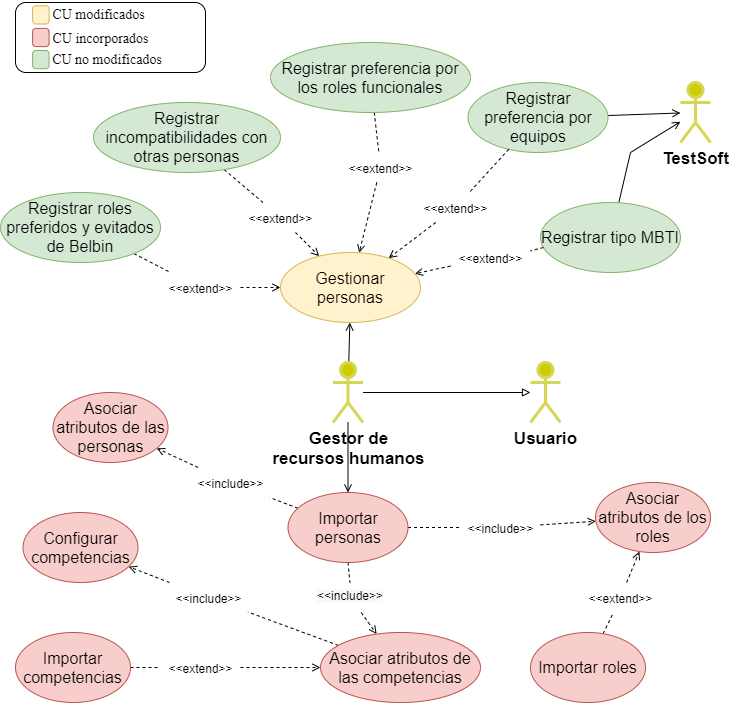
Above: figuras/diagrama_CUTeamSoftImportar.png in jpinas1998/doc-tesis (draw.io), before the change. Source tidied: cells renumbered, new cells last; positions are measured from the earlier drawing's top-left corner, leaving out a move shared by most shapes.
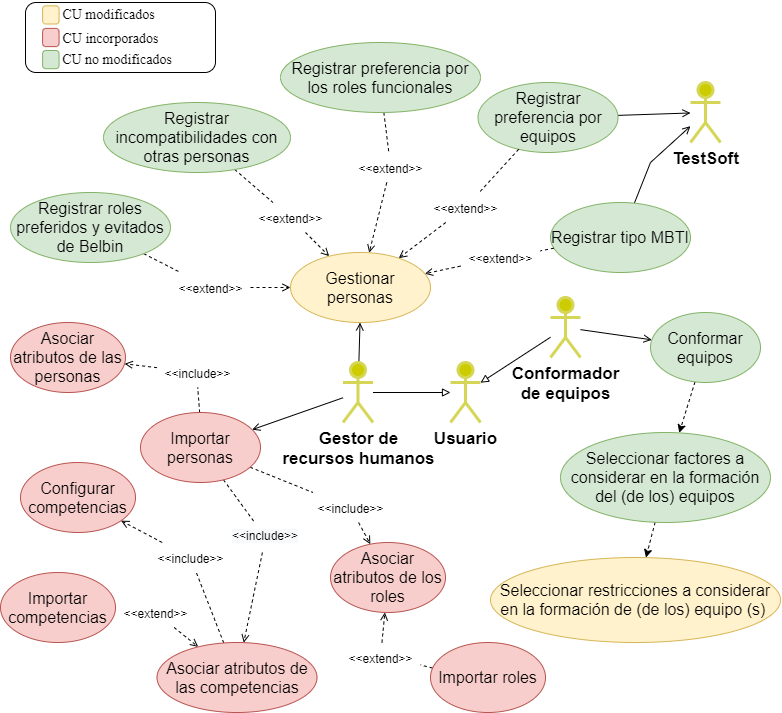
After the change.

The edit, as a diff of the source:
```diff
@@ -3,7 +3,7 @@
     <mxCell id="0" />
     <mxCell id="1" parent="0" />
     <mxCell id="2" value="&lt;font size=&quot;1&quot;&gt;&lt;b style=&quot;font-size: 17px&quot;&gt;Usuario&lt;/b&gt;&lt;/font&gt;" style="shape=umlActor;html=1;verticalLabelPosition=bottom;verticalAlign=top;align=center;strokeColor=#D6D656;strokeWidth=3;fillColor=#CCCC00;" parent="1" vertex="1">
-      <mxGeometry x="530" y="362" width="30" height="60" as="geometry" />
+      <mxGeometry x="440" y="362" width="30" height="60" as="geometry" />
     </mxCell>
     <mxCell id="3" value="&lt;font style=&quot;font-size: 17px;&quot;&gt;&lt;b style=&quot;font-size: 17px;&quot;&gt;TestSoft&lt;/b&gt;&lt;/font&gt;" style="shape=umlActor;html=1;verticalLabelPosition=bottom;verticalAlign=top;align=center;strokeColor=#D6D656;strokeWidth=3;fillColor=#CCCC00;fontSize=17;" parent="1" vertex="1">
       <mxGeometry x="680" y="82" width="30" height="60" as="geometry" />
@@ -56,7 +56,7 @@
     <mxCell id="19" style="edgeStyle=none;rounded=0;jettySize=auto;html=1;endArrow=open;endFill=0;fontSize=17;" parent="1" edge="1" source="20" target="3">
       <mxGeometry relative="1" as="geometry">
         <Array as="points">
-          <mxPoint x="630" y="152" />
+          <mxPoint x="640" y="162" />
         </Array>
       </mxGeometry>
     </mxCell>
@@ -97,7 +97,7 @@
       <mxGeometry relative="1" as="geometry" />
     </mxCell>
     <mxCell id="32" value="&lt;span style=&quot;font-size: 16px&quot;&gt;Importar personas&lt;/span&gt;" style="ellipse;whiteSpace=wrap;html=1;fontSize=11;fillColor=#f8cecc;strokeColor=#b85450;" parent="1" vertex="1">
-      <mxGeometry x="287.5" y="492" width="120" height="70" as="geometry" />
+      <mxGeometry x="130" y="412" width="120" height="70" as="geometry" />
     </mxCell>
     <mxCell id="33" value="&lt;font style=&quot;font-size: 12px&quot;&gt;&amp;lt;&amp;lt;extend&amp;gt;&amp;gt;&lt;/font&gt;" style="text;html=1;align=center;verticalAlign=middle;points=[];fontSize=17;rotation=0;" parent="1" vertex="1">
       <mxGeometry x="160" y="272" width="80" height="30" as="geometry" />
@@ -109,7 +109,7 @@
       <mxGeometry x="340" y="152" width="80" height="30" as="geometry" />
     </mxCell>
     <mxCell id="36" value="&lt;span style=&quot;font-size: 16px&quot;&gt;Asociar atributos de las personas&lt;/span&gt;" style="ellipse;whiteSpace=wrap;html=1;fontSize=11;fillColor=#f8cecc;strokeColor=#b85450;" parent="1" vertex="1">
-      <mxGeometry x="52.5" y="392" width="115" height="70" as="geometry" />
+      <mxGeometry y="322" width="115" height="70" as="geometry" />
     </mxCell>
     <mxCell id="37" style="edgeStyle=none;rounded=0;jettySize=auto;html=1;dashed=1;endArrow=open;endFill=0;" parent="1" edge="1" source="49" target="43">
       <mxGeometry relative="1" as="geometry" />
@@ -118,7 +118,7 @@
       <mxGeometry relative="1" as="geometry" />
     </mxCell>
     <mxCell id="39" value="&lt;span style=&quot;font-size: 16px&quot;&gt;Importar roles&lt;/span&gt;" style="ellipse;whiteSpace=wrap;html=1;fontSize=11;fillColor=#f8cecc;strokeColor=#b85450;" parent="1" vertex="1">
-      <mxGeometry x="530" y="632" width="115" height="70" as="geometry" />
+      <mxGeometry x="420" y="642" width="115" height="70" as="geometry" />
     </mxCell>
     <mxCell id="40" style="edgeStyle=none;rounded=0;jettySize=auto;html=1;dashed=1;endArrow=open;endFill=0;" parent="1" edge="1" source="64" target="44">
       <mxGeometry relative="1" as="geometry" />
@@ -127,28 +127,28 @@
       <mxGeometry relative="1" as="geometry" />
     </mxCell>
     <mxCell id="42" value="&lt;span style=&quot;font-size: 16px&quot;&gt;Importar competencias&lt;/span&gt;" style="ellipse;whiteSpace=wrap;html=1;fontSize=11;fillColor=#f8cecc;strokeColor=#b85450;" parent="1" vertex="1">
-      <mxGeometry x="15" y="632" width="115" height="70" as="geometry" />
+      <mxGeometry x="-10" y="572" width="115" height="70" as="geometry" />
     </mxCell>
     <mxCell id="43" value="&lt;span style=&quot;font-size: 16px&quot;&gt;Asociar atributos de los roles&lt;/span&gt;" style="ellipse;whiteSpace=wrap;html=1;fontSize=11;fillColor=#f8cecc;strokeColor=#b85450;" parent="1" vertex="1">
-      <mxGeometry x="595" y="482" width="115" height="70" as="geometry" />
+      <mxGeometry x="320" y="542" width="115" height="70" as="geometry" />
     </mxCell>
     <mxCell id="44" value="&lt;span style=&quot;font-size: 16px&quot;&gt;Asociar atributos de las competencias&lt;/span&gt;" style="ellipse;whiteSpace=wrap;html=1;fontSize=11;fillColor=#f8cecc;strokeColor=#b85450;" parent="1" vertex="1">
-      <mxGeometry x="320" y="632" width="160" height="70" as="geometry" />
+      <mxGeometry x="146.5" y="642" width="160" height="70" as="geometry" />
     </mxCell>
     <mxCell id="45" value="&lt;span style=&quot;font-size: 16px&quot;&gt;Configurar competencias&lt;/span&gt;" style="ellipse;whiteSpace=wrap;html=1;fontSize=11;fillColor=#f8cecc;strokeColor=#b85450;" parent="1" vertex="1">
-      <mxGeometry x="22.5" y="512" width="115" height="70" as="geometry" />
+      <mxGeometry x="10" y="462" width="115" height="70" as="geometry" />
     </mxCell>
     <mxCell id="46" value="&lt;font style=&quot;font-size: 12px&quot;&gt;&amp;lt;&amp;lt;include&amp;gt;&amp;gt;&lt;/font&gt;" style="text;html=1;align=center;verticalAlign=middle;points=[];fontSize=17;rotation=0;" parent="1" vertex="1">
-      <mxGeometry x="190" y="467" width="80" height="30" as="geometry" />
+      <mxGeometry x="146.5" y="357" width="80" height="30" as="geometry" />
     </mxCell>
     <mxCell id="47" value="&lt;font style=&quot;font-size: 12px&quot;&gt;&amp;lt;&amp;lt;include&amp;gt;&amp;gt;&lt;/font&gt;" style="text;html=1;align=center;verticalAlign=middle;points=[];fontSize=17;rotation=0;" parent="1" vertex="1">
-      <mxGeometry x="167.5" y="582" width="80" height="30" as="geometry" />
+      <mxGeometry x="140" y="542" width="80" height="30" as="geometry" />
     </mxCell>
     <mxCell id="48" value="&lt;font style=&quot;font-size: 12px&quot;&gt;&amp;lt;&amp;lt;include&amp;gt;&amp;gt;&lt;/font&gt;" style="text;html=1;align=center;verticalAlign=middle;points=[];fontSize=17;rotation=0;" parent="1" vertex="1">
-      <mxGeometry x="460" y="512" width="80" height="30" as="geometry" />
+      <mxGeometry x="300" y="492" width="80" height="30" as="geometry" />
     </mxCell>
     <mxCell id="49" value="&lt;font style=&quot;font-size: 12px&quot;&gt;&amp;lt;&amp;lt;extend&amp;gt;&amp;gt;&lt;/font&gt;" style="text;html=1;align=center;verticalAlign=middle;points=[];fontSize=17;rotation=0;" parent="1" vertex="1">
-      <mxGeometry x="580" y="582" width="80" height="30" as="geometry" />
+      <mxGeometry x="330" y="642" width="80" height="30" as="geometry" />
     </mxCell>
     <mxCell id="50" value="&lt;font style=&quot;font-size: 12px&quot;&gt;&amp;lt;&amp;lt;extend&amp;gt;&amp;gt;&lt;/font&gt;" style="text;html=1;align=center;verticalAlign=middle;points=[];fontSize=17;rotation=0;" parent="1" vertex="1">
       <mxGeometry x="450" y="242" width="80" height="30" as="geometry" />
@@ -193,7 +193,7 @@
       <mxGeometry x="31" y="22.4" width="109.1" height="28" as="geometry" />
     </mxCell>
     <mxCell id="64" value="&lt;font style=&quot;font-size: 12px&quot;&gt;&amp;lt;&amp;lt;extend&amp;gt;&amp;gt;&lt;/font&gt;" style="text;html=1;align=center;verticalAlign=middle;points=[];fontSize=17;rotation=0;" parent="1" vertex="1">
-      <mxGeometry x="160" y="652" width="80" height="30" as="geometry" />
+      <mxGeometry x="105" y="597" width="80" height="30" as="geometry" />
     </mxCell>
     <mxCell id="65" value="&lt;font style=&quot;font-size: 12px&quot;&gt;&amp;lt;&amp;lt;extend&amp;gt;&amp;gt;&lt;/font&gt;" style="text;html=1;align=center;verticalAlign=middle;points=[];fontSize=17;rotation=0;" parent="1" vertex="1">
       <mxGeometry x="415" y="192" width="80" height="30" as="geometry" />
@@ -202,7 +202,31 @@
       <mxGeometry relative="1" as="geometry" />
     </mxCell>
     <mxCell id="67" value="&lt;span style=&quot;color: rgb(0, 0, 0); font-family: helvetica; font-size: 12px; font-style: normal; font-weight: 400; letter-spacing: normal; text-align: center; text-indent: 0px; text-transform: none; word-spacing: 0px; background-color: rgb(248, 249, 250); display: inline; float: none;&quot;&gt;&amp;lt;&amp;lt;include&amp;gt;&amp;gt;&lt;/span&gt;" style="text;whiteSpace=wrap;html=1;" parent="1" vertex="1">
-      <mxGeometry x="315" y="582" width="70" height="30" as="geometry" />
+      <mxGeometry x="220" y="522" width="70" height="30" as="geometry" />
     </mxCell>
+    <mxCell id="68" value="&lt;font style=&quot;font-size: 17px&quot;&gt;&lt;b&gt;Conformador&lt;br&gt;de equipos&lt;br&gt;&lt;/b&gt;&lt;/font&gt;" style="shape=umlActor;html=1;verticalLabelPosition=bottom;verticalAlign=top;align=center;strokeColor=#D6D656;strokeWidth=3;fillColor=#CCCC00;" parent="1" vertex="1">
+      <mxGeometry x="540" y="297" width="30" height="60" as="geometry" />
+    </mxCell>
+    <mxCell id="69" style="edgeStyle=none;rounded=0;jettySize=auto;html=1;endArrow=block;endFill=0;fontSize=17;" parent="1" edge="1" source="68" target="2">
+      <mxGeometry relative="1" as="geometry" />
+    </mxCell>
+    <mxCell id="70" style="rounded=0;jettySize=auto;html=1;dashed=1;" parent="1" edge="1" source="71" target="75">
+      <mxGeometry relative="1" as="geometry" />
+    </mxCell>
+    <mxCell id="71" value="&lt;span style=&quot;font-size: 16px&quot;&gt;Conformar equipos&lt;/span&gt;" style="ellipse;whiteSpace=wrap;html=1;fontSize=11;fillColor=#d5e8d4;strokeColor=#82b366;" parent="1" vertex="1">
+      <mxGeometry x="640" y="312" width="110" height="70" as="geometry" />
+    </mxCell>
+    <mxCell id="72" style="edgeStyle=none;rounded=0;jettySize=auto;html=1;endArrow=open;endFill=0;fontSize=17;" parent="1" edge="1" source="68" target="71">
+      <mxGeometry relative="1" as="geometry" />
+    </mxCell>
+    <mxCell id="73" value="&lt;span style=&quot;font-size: 16px&quot;&gt;Seleccionar&amp;nbsp;&lt;/span&gt;&lt;span style=&quot;font-size: 16px&quot;&gt;restricciones&amp;nbsp;&lt;/span&gt;&lt;span style=&quot;font-size: 16px&quot;&gt;a considerar en la formación de (de los) equipo (s)&amp;nbsp;&lt;/span&gt;" style="ellipse;whiteSpace=wrap;html=1;fontSize=11;fillColor=#fff2cc;strokeColor=#d6b656;" parent="1" vertex="1">
+      <mxGeometry x="480" y="557" width="290" height="85" as="geometry" />
+    </mxCell>
+    <mxCell id="74" style="edgeStyle=none;rounded=0;jettySize=auto;html=1;dashed=1;" parent="1" edge="1" source="75" target="73">
+      <mxGeometry relative="1" as="geometry" />
+    </mxCell>
+    <mxCell id="75" value="&lt;span style=&quot;font-size: 16px&quot;&gt;Seleccionar factores a considerar en la formación del (de los) equipos&lt;/span&gt;" style="ellipse;whiteSpace=wrap;html=1;fontSize=11;fillColor=#d5e8d4;strokeColor=#82b366;" parent="1" vertex="1">
+      <mxGeometry x="550" y="432" width="210" height="90" as="geometry" />
+    </mxCell>
   </root>
 </mxGraphModel>
```
